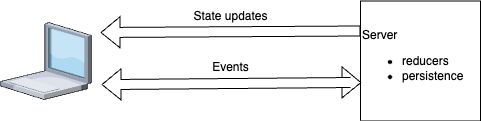
Above: event_reducers.png in superchris/codemash-2024 (draw.io), before the change. Source tidied: cells renumbered, new cells last; positions are measured from the earlier drawing's top-left corner, leaving out a move shared by most shapes.
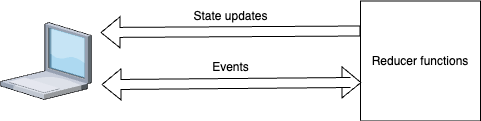
The same diagram one commit later.

Change to the diagram source:
```diff
@@ -5,7 +5,7 @@
     <mxCell id="2" style="verticalLabelPosition=bottom;sketch=0;html=1;verticalAlign=top;strokeColor=none;align=center;shape=mxgraph.citrix.laptop_1;" parent="1" vertex="1">
       <mxGeometry y="22" width="91" height="77" as="geometry" />
     </mxCell>
-    <mxCell id="3" value="Server&lt;br&gt;&lt;ul&gt;&lt;li&gt;reducers&lt;/li&gt;&lt;li style=&quot;text-align: center;&quot;&gt;persistence&lt;/li&gt;&lt;/ul&gt;" style="whiteSpace=wrap;html=1;align=left;" parent="1" vertex="1">
+    <mxCell id="3" value="&lt;div&gt;Reducer functions&lt;/div&gt;" style="whiteSpace=wrap;html=1;align=center;" parent="1" vertex="1">
       <mxGeometry x="360" y="0.5" width="120" height="120" as="geometry" />
     </mxCell>
     <mxCell id="4" style="shape=flexArrow;endArrow=classic;startArrow=classic;html=1;rounded=0;entryX=0.008;entryY=0.813;entryDx=0;entryDy=0;entryPerimeter=0;" parent="1" edge="1">
```
